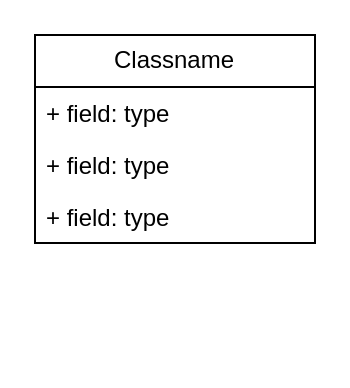
Earlier version of the draw.io diagram carpooling_management_application/carpooling_management_application.drawio (adoumasseo/UML-Modeling). Source tidied: cells renumbered, new cells numbered last; positions are measured from the earlier drawing's top-left corner, leaving out a move shared by most shapes. Both pictures are drawn from the tidied source at 200%, with x=0, y=0 at pixel (34, 34).
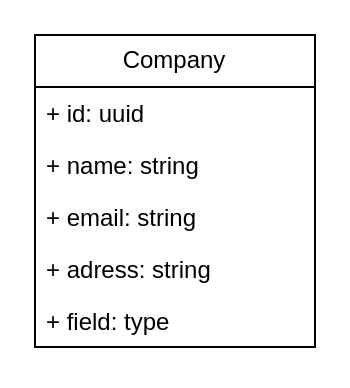
Above is the later version.

Commit message (it also covers changes not shown here):
Mettre à jour carpooling_management_application.drawio

Change to the diagram source:
```diff
@@
 <mxGraphModel>
   <root>
     <mxCell id="0" />
     <mxCell id="1" parent="0" />
-    <mxCell id="2" value="Classname" style="swimlane;fontStyle=0;horizontal=1;startSize=26;fillColor=none;whiteSpace=wrap;html=1;" parent="1" vertex="1">
-      <mxGeometry width="140" height="104" as="geometry" />
+    <mxCell id="2" value="Company" style="swimlane;fontStyle=0;horizontal=1;startSize=26;fillColor=none;whiteSpace=wrap;html=1;" parent="1" vertex="1">
+      <mxGeometry width="140" height="156" as="geometry" />
     </mxCell>
-    <mxCell id="3" value="+ field: type" style="text;strokeColor=none;fillColor=none;align=left;verticalAlign=top;spacingLeft=4;spacingRight=4;overflow=hidden;whiteSpace=wrap;html=1;" parent="2" vertex="1">
+    <mxCell id="3" value="+ id: uuid" style="text;strokeColor=none;fillColor=none;align=left;verticalAlign=top;spacingLeft=4;spacingRight=4;overflow=hidden;whiteSpace=wrap;html=1;" parent="2" vertex="1">
       <mxGeometry y="26" width="140" height="26" as="geometry" />
     </mxCell>
-    <mxCell id="4" value="+ field: type" style="text;strokeColor=none;fillColor=none;align=left;verticalAlign=top;spacingLeft=4;spacingRight=4;overflow=hidden;whiteSpace=wrap;html=1;" parent="2" vertex="1">
+    <mxCell id="4" value="+ name: string" style="text;strokeColor=none;fillColor=none;align=left;verticalAlign=top;spacingLeft=4;spacingRight=4;overflow=hidden;whiteSpace=wrap;html=1;" parent="2" vertex="1">
       <mxGeometry y="52" width="140" height="26" as="geometry" />
     </mxCell>
-    <mxCell id="5" value="+ field: type" style="text;strokeColor=none;fillColor=none;align=left;verticalAlign=top;spacingLeft=4;spacingRight=4;overflow=hidden;whiteSpace=wrap;html=1;" parent="2" vertex="1">
+    <mxCell id="5" value="+ email: string" style="text;strokeColor=none;fillColor=none;align=left;verticalAlign=top;spacingLeft=4;spacingRight=4;overflow=hidden;whiteSpace=wrap;html=1;" parent="2" vertex="1">
       <mxGeometry y="78" width="140" height="26" as="geometry" />
     </mxCell>
+    <mxCell id="6" value="+ adress: string" style="text;strokeColor=none;fillColor=none;align=left;verticalAlign=top;spacingLeft=4;spacingRight=4;overflow=hidden;whiteSpace=wrap;html=1;" parent="2" vertex="1">
+      <mxGeometry y="104" width="140" height="26" as="geometry" />
+    </mxCell>
+    <mxCell id="7" value="+ field: type" style="text;strokeColor=none;fillColor=none;align=left;verticalAlign=top;spacingLeft=4;spacingRight=4;overflow=hidden;whiteSpace=wrap;html=1;" parent="2" vertex="1">
+      <mxGeometry y="130" width="140" height="26" as="geometry" />
+    </mxCell>
   </root>
 </mxGraphModel>
```
